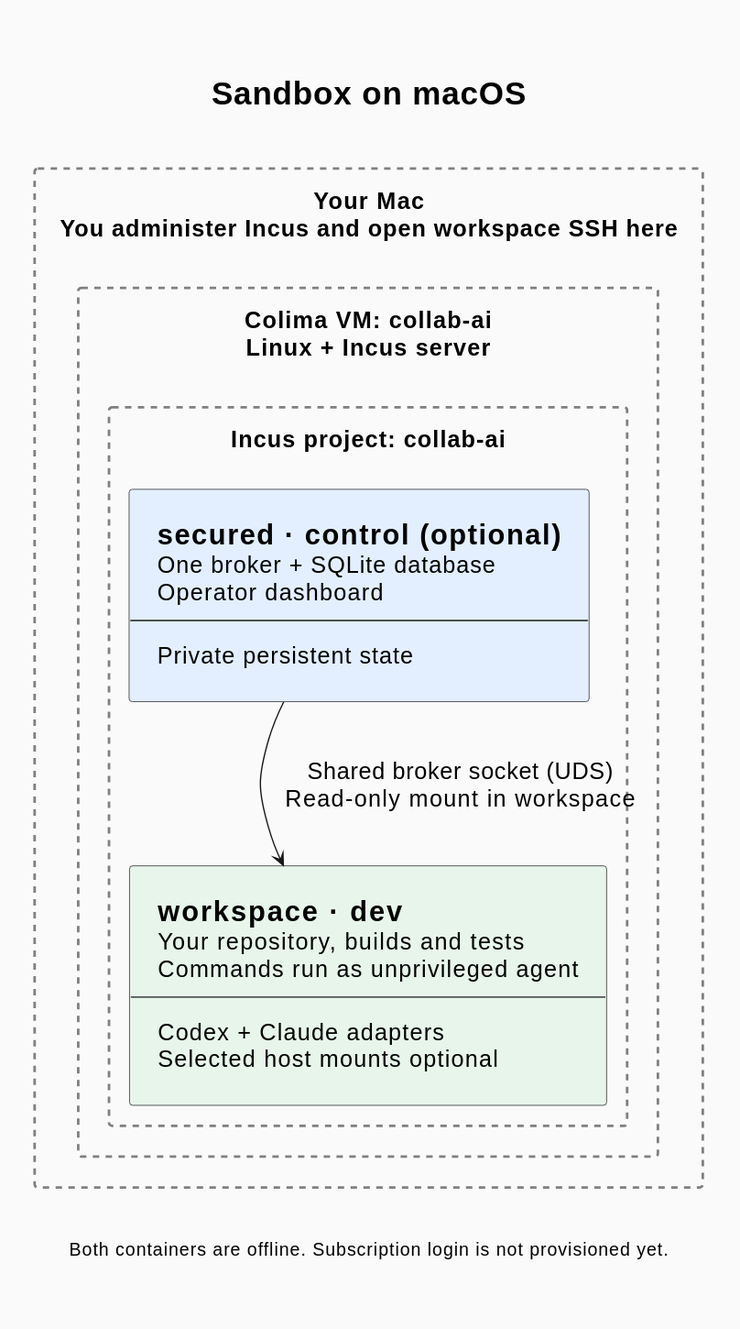
Earlier version of the PlantUML export docs/assets/sandbox-macos.svg (makarski/collab-ai). Its source is kept beside it as docs/assets/sandbox-macos.puml.
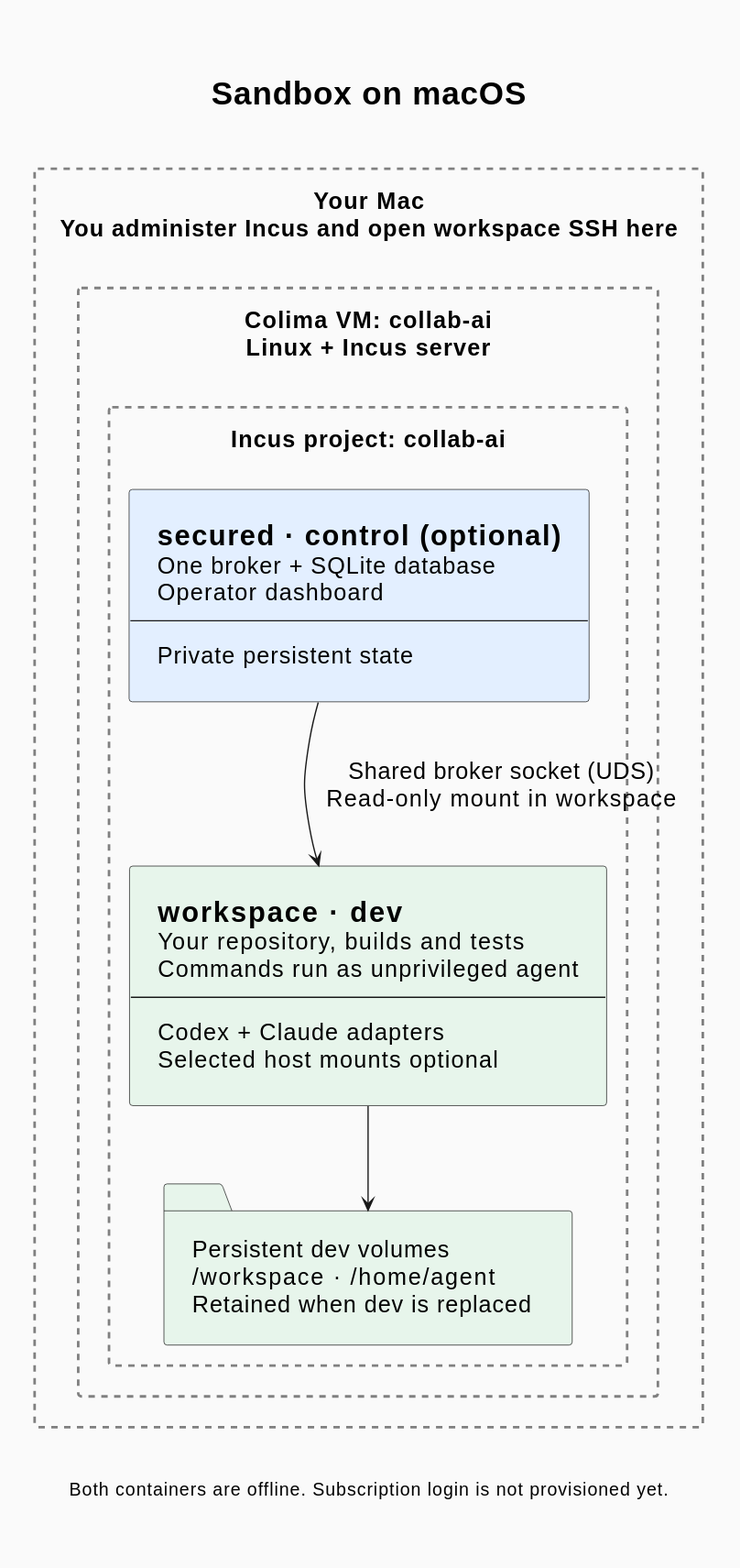
The same file after the commit.

Diff of the diagram source:
```diff
@@ -50,6 +50,8 @@
         Codex + Claude adapters
         Selected host mounts optional
     ]
+    folder "Persistent dev volumes\n/workspace · /home/agent\nRetained when dev is replaced" as Data <<Workspace>>
+    Workspace -down-> Data
 }
     }
 Secured -down-> Workspace : Shared broker socket (UDS)\nRead-only mount in workspace
```
